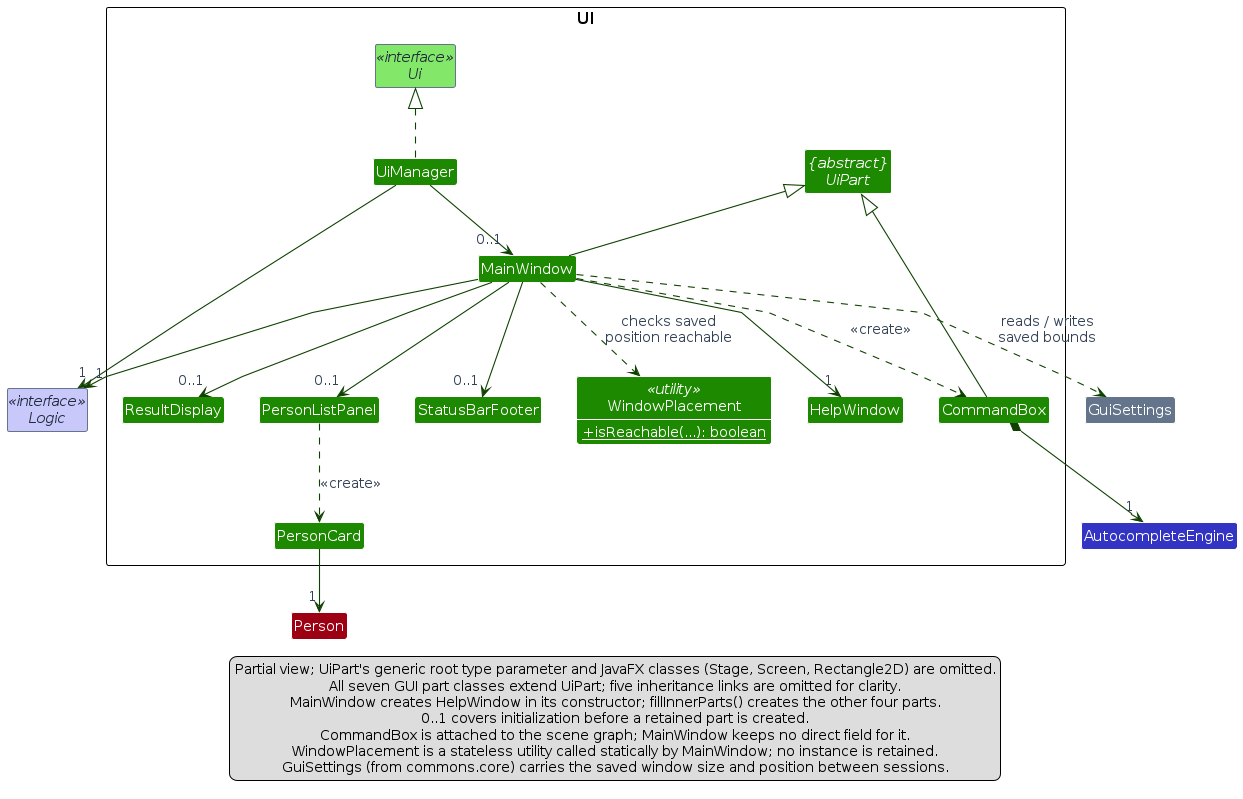
Before: diagrams/UiClassDiagram.png, a diagram exported from PlantUML (AY2627S1-CS2103T-T17-2/tp). Its source is kept beside it as diagrams/UiClassDiagram.puml.
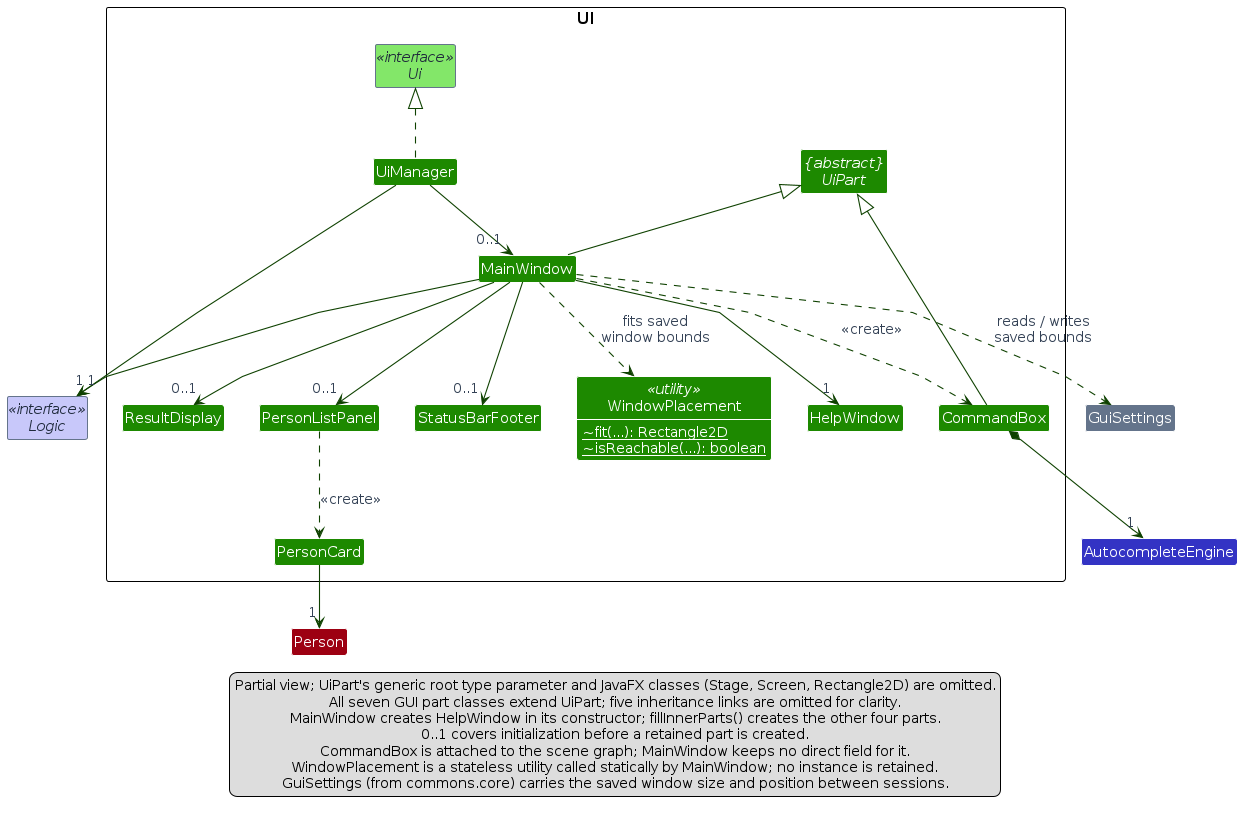
Later version of the same file.

What changed in the source:
```diff
@@ -18,7 +18,8 @@
     class StatusBarFooter
     class PersonCard
     class WindowPlacement <<utility>> {
-        {static} +isReachable(...): boolean
+        {static} ~fit(...): Rectangle2D
+        {static} ~isReachable(...): boolean
     }
 }
 interface Logic <<interface>> LOGIC_COLOR_T1
@@ -34,7 +35,7 @@
 MainWindow --> "0..1" ResultDisplay
 MainWindow --> "0..1" PersonListPanel
 MainWindow --> "0..1" StatusBarFooter
-MainWindow ..> WindowPlacement : checks saved\nposition reachable
+MainWindow ..> WindowPlacement : fits saved\nwindow bounds
 MainWindow ..> GuiSettings : reads / writes\nsaved bounds
 MainWindow -up-|> UiPart
 CommandBox -up-|> UiPart
```
